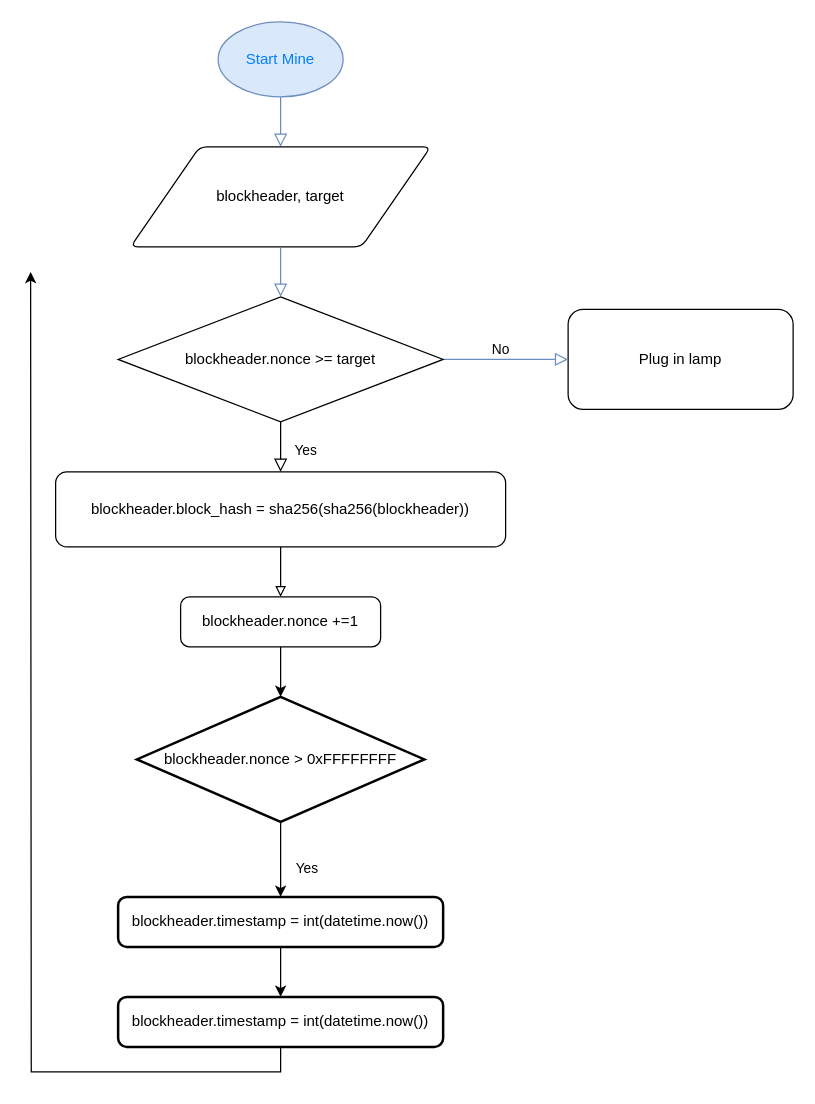
44120N/blockchain_rp keeps this draw.io diagram as Untitled Diagram.drawio. Above is the earlier version. Source tidied: cells renumbered, new cells numbered last; positions are measured from the earlier drawing's top-left corner, leaving out a move shared by most shapes. Both pictures are drawn from the tidied source at 125%, with x=0, y=0 at pixel (30, 21).
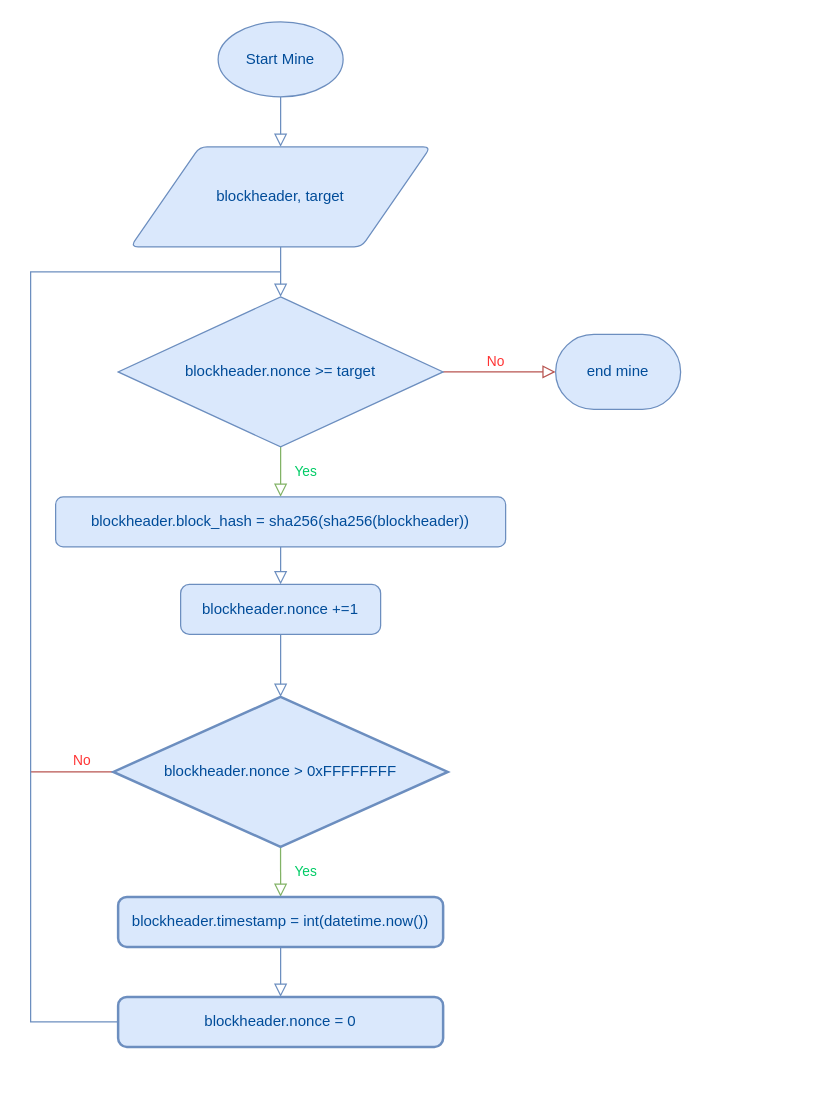
The same page after the edit.

What changed in the source:
```diff
@@
-    <mxCell id="3" value="Yes" style="rounded=0;html=1;jettySize=auto;fontSize=11;endArrow=block;endFill=0;endSize=8;strokeWidth=1;shadow=0;labelBackgroundColor=none;edgeStyle=orthogonalEdgeStyle;exitX=0.5;exitY=1;exitDx=0;exitDy=0;exitPerimeter=0;entryX=0.5;entryY=0;entryDx=0;entryDy=0;" parent="1" edge="1" source="11" target="6">
-      <mxGeometry x="0.14" y="20" relative="1" as="geometry" />
+    <mxCell id="3" value="&lt;font style=&quot;color: rgb(0, 204, 102);&quot;&gt;Yes&lt;/font&gt;" style="rounded=0;html=1;jettySize=auto;fontSize=11;endArrow=block;endFill=0;endSize=8;strokeWidth=1;shadow=0;labelBackgroundColor=none;edgeStyle=orthogonalEdgeStyle;exitX=0.5;exitY=1;exitDx=0;exitDy=0;exitPerimeter=0;entryX=0.5;entryY=0;entryDx=0;entryDy=0;fillColor=#d5e8d4;strokeColor=#82b366;" parent="1" edge="1" source="11" target="6">
+      <mxGeometry y="20" relative="1" as="geometry" />
     </mxCell>
-    <mxCell id="4" value="Plug in lamp" style="rounded=1;whiteSpace=wrap;html=1;fontSize=12;glass=0;strokeWidth=1;shadow=0;" parent="1" vertex="1">
-      <mxGeometry x="430" y="230" width="180" height="80" as="geometry" />
-    </mxCell>
-    <mxCell id="5" style="edgeStyle=orthogonalEdgeStyle;rounded=0;jettySize=auto;html=1;exitX=0.5;exitY=1;exitDx=0;exitDy=0;endArrow=block;endFill=0;" parent="1" edge="1" source="6" target="14">
+    <mxCell id="5" style="edgeStyle=orthogonalEdgeStyle;rounded=0;jettySize=auto;html=1;exitX=0.5;exitY=1;exitDx=0;exitDy=0;endArrow=block;endFill=0;endSize=8;fillColor=#dae8fc;strokeColor=#6c8ebf;" parent="1" edge="1" source="6" target="14">
       <mxGeometry relative="1" as="geometry" />
     </mxCell>
-    <mxCell id="6" value="blockheader.block_hash =&amp;nbsp;&lt;span style=&quot;background-color: transparent; color: light-dark(rgb(0, 0, 0), rgb(255, 255, 255));&quot;&gt;sha256(sha256(blockheader))&lt;/span&gt;" style="rounded=1;whiteSpace=wrap;html=1;fontSize=12;glass=0;strokeWidth=1;shadow=0;" parent="1" vertex="1">
-      <mxGeometry x="20" y="360" width="360" height="60" as="geometry" />
+    <mxCell id="6" value="&lt;font style=&quot;color: rgb(0, 76, 153);&quot;&gt;blockheader.block_hash =&amp;nbsp;&lt;span style=&quot;background-color: transparent;&quot;&gt;sha256(sha256(blockheader))&lt;/span&gt;&lt;/font&gt;" style="rounded=1;whiteSpace=wrap;html=1;fontSize=12;glass=0;strokeWidth=1;shadow=0;fillColor=#dae8fc;strokeColor=#6c8ebf;" parent="1" vertex="1">
+      <mxGeometry x="20" y="380" width="360" height="40" as="geometry" />
     </mxCell>
-    <mxCell id="7" value="&lt;font style=&quot;color: rgb(0, 127, 255);&quot;&gt;Start Mine&lt;/font&gt;" style="strokeWidth=1;html=1;shape=mxgraph.flowchart.start_1;whiteSpace=wrap;fillColor=#dae8fc;strokeColor=#6c8ebf;" parent="1" vertex="1">
+    <mxCell id="7" value="&lt;font style=&quot;color: rgb(0, 76, 153);&quot;&gt;Start Mine&lt;/font&gt;" style="strokeWidth=1;html=1;shape=mxgraph.flowchart.start_1;whiteSpace=wrap;fillColor=#dae8fc;strokeColor=#6c8ebf;" parent="1" vertex="1">
       <mxGeometry x="150" width="100" height="60" as="geometry" />
     </mxCell>
-    <mxCell id="8" value="blockheader, target" style="shape=parallelogram;html=1;strokeWidth=1;perimeter=parallelogramPerimeter;whiteSpace=wrap;rounded=1;arcSize=12;size=0.23;" parent="1" vertex="1">
+    <mxCell id="8" value="&lt;font style=&quot;color: rgb(0, 76, 153);&quot;&gt;blockheader, target&lt;/font&gt;" style="shape=parallelogram;html=1;strokeWidth=1;perimeter=parallelogramPerimeter;whiteSpace=wrap;rounded=1;arcSize=12;size=0.23;fillColor=#dae8fc;strokeColor=#6c8ebf;" parent="1" vertex="1">
       <mxGeometry x="80" y="100" width="240" height="80" as="geometry" />
     </mxCell>
-    <mxCell id="9" style="edgeStyle=orthogonalEdgeStyle;rounded=0;jettySize=auto;html=1;exitX=1;exitY=0.5;exitDx=0;exitDy=0;exitPerimeter=0;labelPosition=center;verticalLabelPosition=middle;align=center;verticalAlign=middle;textDirection=ltr;fillColor=#dae8fc;strokeColor=#6c8ebf;endArrow=block;endFill=0;endSize=8;" parent="1" edge="1" source="11" target="4">
+    <mxCell id="9" style="edgeStyle=orthogonalEdgeStyle;rounded=0;jettySize=auto;html=1;exitX=1;exitY=0.5;exitDx=0;exitDy=0;exitPerimeter=0;labelPosition=center;verticalLabelPosition=middle;align=center;verticalAlign=middle;textDirection=ltr;fillColor=#f8cecc;strokeColor=#b85450;endArrow=block;endFill=0;endSize=8;entryX=0;entryY=0.5;entryDx=0;entryDy=0;entryPerimeter=0;" parent="1" edge="1" source="11" target="25">
       <mxGeometry relative="1" as="geometry" />
     </mxCell>
-    <mxCell id="10" value="No" style="edgeLabel;html=1;align=center;verticalAlign=bottom;labelPosition=center;verticalLabelPosition=top;" parent="9" vertex="1">
+    <mxCell id="10" value="No" style="edgeLabel;html=1;align=center;verticalAlign=bottom;labelPosition=center;verticalLabelPosition=top;fontColor=#FF3333;" parent="9" vertex="1">
       <mxGeometry x="-0.1" relative="1" as="geometry" />
     </mxCell>
-    <mxCell id="11" value="blockheader.nonce &amp;gt;= target" style="strokeWidth=1;html=1;shape=mxgraph.flowchart.decision;whiteSpace=wrap;" parent="1" vertex="1">
-      <mxGeometry x="70" y="220" width="260" height="100" as="geometry" />
+    <mxCell id="11" value="&lt;font style=&quot;color: rgb(0, 76, 153);&quot;&gt;blockheader.nonce &amp;gt;= target&lt;/font&gt;" style="strokeWidth=1;html=1;shape=mxgraph.flowchart.decision;whiteSpace=wrap;fillColor=#dae8fc;strokeColor=#6c8ebf;" parent="1" vertex="1">
+      <mxGeometry x="70" y="220" width="260" height="120" as="geometry" />
     </mxCell>
@@
-    <mxCell id="13" style="edgeStyle=orthogonalEdgeStyle;rounded=0;jettySize=auto;html=1;exitX=0.5;exitY=1;exitDx=0;exitDy=0;" parent="1" edge="1" source="14" target="17">
+    <mxCell id="13" style="edgeStyle=orthogonalEdgeStyle;rounded=0;jettySize=auto;html=1;exitX=0.5;exitY=1;exitDx=0;exitDy=0;fillColor=#dae8fc;strokeColor=#6c8ebf;endSize=8;endArrow=block;endFill=0;" parent="1" edge="1" source="14" target="17">
       <mxGeometry relative="1" as="geometry" />
     </mxCell>
-    <mxCell id="14" value="blockheader.nonce +=1" style="rounded=1;whiteSpace=wrap;html=1;absoluteArcSize=1;arcSize=14;strokeWidth=1;" parent="1" vertex="1">
-      <mxGeometry x="120" y="460" width="160" height="40" as="geometry" />
+    <mxCell id="14" value="&lt;font style=&quot;color: rgb(0, 76, 153);&quot;&gt;blockheader.nonce +=1&lt;/font&gt;" style="rounded=1;whiteSpace=wrap;html=1;absoluteArcSize=1;arcSize=14;strokeWidth=1;fillColor=#dae8fc;strokeColor=#6c8ebf;" parent="1" vertex="1">
+      <mxGeometry x="120" y="450" width="160" height="40" as="geometry" />
     </mxCell>
-    <mxCell id="15" style="edgeStyle=orthogonalEdgeStyle;rounded=0;jettySize=auto;html=1;exitX=0.5;exitY=1;exitDx=0;exitDy=0;exitPerimeter=0;entryX=0.5;entryY=0;entryDx=0;entryDy=0;" parent="1" edge="1" source="17" target="19">
+    <mxCell id="15" style="edgeStyle=orthogonalEdgeStyle;rounded=0;jettySize=auto;html=1;exitX=0.5;exitY=1;exitDx=0;exitDy=0;exitPerimeter=0;entryX=0.5;entryY=0;entryDx=0;entryDy=0;fillColor=#d5e8d4;strokeColor=#82b366;endSize=8;endArrow=block;endFill=0;" parent="1" edge="1" source="17" target="19">
       <mxGeometry relative="1" as="geometry" />
     </mxCell>
-    <mxCell id="16" value="Yes" style="edgeLabel;html=1;align=center;verticalAlign=middle;" parent="15" vertex="1">
+    <mxCell id="16" value="Yes" style="edgeLabel;html=1;align=center;verticalAlign=middle;fontColor=#00CC66;" parent="15" vertex="1">
       <mxGeometry x="-0.16" y="2" relative="1" as="geometry">
-        <mxPoint x="18" y="11" as="offset" />
+        <mxPoint x="18" y="3" as="offset" />
       </mxGeometry>
     </mxCell>
+    <mxCell id="22" style="edgeStyle=orthogonalEdgeStyle;rounded=0;jettySize=auto;html=1;exitX=0;exitY=0.5;exitDx=0;exitDy=0;exitPerimeter=0;fillColor=#f8cecc;strokeColor=#b85450;endSize=8;endArrow=none;endFill=0;startFill=0;" parent="1" edge="1" source="17">
+      <mxGeometry relative="1" as="geometry">
+        <mxPoint y="600" as="targetPoint" />
+      </mxGeometry>
+    </mxCell>
+    <mxCell id="23" value="No" style="edgeLabel;html=1;align=center;verticalAlign=middle;fontColor=#FF3333;" parent="22" vertex="1">
+      <mxGeometry x="-0.36" relative="1" as="geometry">
+        <mxPoint x="-5" y="-10" as="offset" />
+      </mxGeometry>
+    </mxCell>
-    <mxCell id="17" value="blockheader.nonce &amp;gt; 0xFFFFFFFF" style="strokeWidth=2;html=1;shape=mxgraph.flowchart.decision;whiteSpace=wrap;" parent="1" vertex="1">
-      <mxGeometry x="85" y="540" width="230" height="100" as="geometry" />
+    <mxCell id="17" value="&lt;font style=&quot;color: rgb(0, 76, 153);&quot;&gt;blockheader.nonce &amp;gt; 0xFFFFFFFF&lt;/font&gt;" style="strokeWidth=2;html=1;shape=mxgraph.flowchart.decision;whiteSpace=wrap;fillColor=#dae8fc;strokeColor=#6c8ebf;" parent="1" vertex="1">
+      <mxGeometry x="66.2" y="540" width="267.5" height="120" as="geometry" />
     </mxCell>
-    <mxCell id="18" style="edgeStyle=orthogonalEdgeStyle;rounded=0;jettySize=auto;html=1;exitX=0.5;exitY=1;exitDx=0;exitDy=0;entryX=0.5;entryY=0;entryDx=0;entryDy=0;" parent="1" edge="1" source="19" target="21">
+    <mxCell id="18" style="edgeStyle=orthogonalEdgeStyle;rounded=0;jettySize=auto;html=1;exitX=0.5;exitY=1;exitDx=0;exitDy=0;entryX=0.5;entryY=0;entryDx=0;entryDy=0;endSize=8;fillColor=#dae8fc;strokeColor=#6c8ebf;endArrow=block;endFill=0;" parent="1" edge="1" source="19" target="21">
       <mxGeometry relative="1" as="geometry" />
     </mxCell>
-    <mxCell id="19" value="blockheader.timestamp = int(datetime.now())" style="rounded=1;whiteSpace=wrap;html=1;absoluteArcSize=1;arcSize=14;strokeWidth=2;" parent="1" vertex="1">
+    <mxCell id="19" value="&lt;font style=&quot;color: rgb(0, 76, 153);&quot;&gt;blockheader.timestamp = int(datetime.now())&lt;/font&gt;" style="rounded=1;whiteSpace=wrap;html=1;absoluteArcSize=1;arcSize=14;strokeWidth=2;fillColor=#dae8fc;strokeColor=#6c8ebf;" parent="1" vertex="1">
       <mxGeometry x="70" y="700" width="260" height="40" as="geometry" />
     </mxCell>
-    <mxCell id="20" style="edgeStyle=orthogonalEdgeStyle;rounded=0;jettySize=auto;html=1;exitX=0.5;exitY=1;exitDx=0;exitDy=0;" parent="1" edge="1" source="21">
+    <mxCell id="20" style="edgeStyle=orthogonalEdgeStyle;rounded=0;orthogonalLoop=1;jettySize=auto;html=1;exitX=0.5;exitY=1;exitDx=0;exitDy=0;fillColor=#dae8fc;strokeColor=#6c8ebf;endArrow=none;endFill=0;endSize=8;startFill=0;" parent="1" edge="1">
       <mxGeometry relative="1" as="geometry">
-        <mxPoint y="200" as="targetPoint" />
+        <mxPoint x="200" y="800" as="sourcePoint" />
+        <mxPoint x="200" y="200" as="targetPoint" />
+        <Array as="points">
+          <mxPoint y="800" />
+        </Array>
       </mxGeometry>
     </mxCell>
-    <mxCell id="21" value="blockheader.timestamp = int(datetime.now())" style="rounded=1;whiteSpace=wrap;html=1;absoluteArcSize=1;arcSize=14;strokeWidth=2;" parent="1" vertex="1">
+    <mxCell id="21" value="&lt;font style=&quot;color: rgb(0, 76, 153);&quot;&gt;blockheader.nonce = 0&lt;/font&gt;" style="rounded=1;whiteSpace=wrap;html=1;absoluteArcSize=1;arcSize=14;strokeWidth=2;fillColor=#dae8fc;strokeColor=#6c8ebf;" parent="1" vertex="1">
       <mxGeometry x="70" y="780" width="260" height="40" as="geometry" />
     </mxCell>
+    <mxCell id="24" style="edgeStyle=orthogonalEdgeStyle;rounded=0;orthogonalLoop=1;jettySize=auto;html=1;exitX=0.5;exitY=1;exitDx=0;exitDy=0;exitPerimeter=0;" parent="1" edge="1" source="11" target="11">
+      <mxGeometry relative="1" as="geometry" />
+    </mxCell>
+    <mxCell id="25" value="&lt;font style=&quot;color: rgb(0, 76, 153);&quot;&gt;end mine&lt;/font&gt;" style="strokeWidth=1;html=1;shape=mxgraph.flowchart.terminator;whiteSpace=wrap;fillColor=#dae8fc;strokeColor=#6c8ebf;" parent="1" vertex="1">
+      <mxGeometry x="420" y="250" width="100" height="60" as="geometry" />
+    </mxCell>
```
